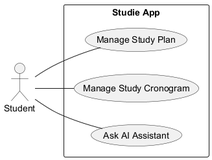
This is documentation/use_case_diagram.png from DanielBrown1998/studie_public, a PlantUML export, as it was before one commit.
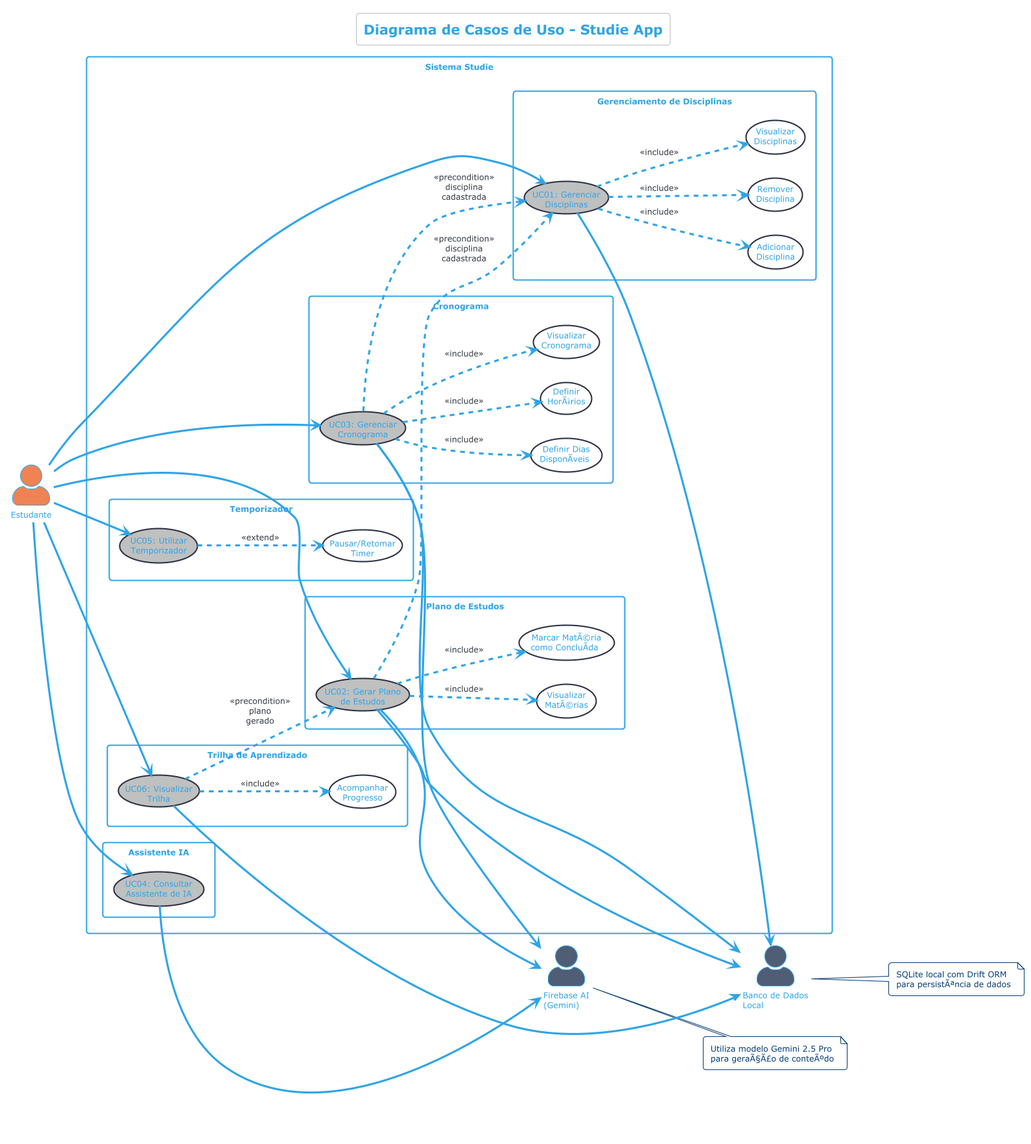
Above is the later version.

Diff of the diagram source:
```diff
@@ -1,10 +1,99 @@
-@startuml
+@startuml use_case_diagram
+!theme cerulean-outline
+
+skinparam actorStyle awesome
+skinparam packageStyle rectangle
+skinparam usecaseBackgroundColor White
+skinparam usecaseBorderColor #2D3142
+skinparam actorBackgroundColor #4F5D75
+
 left to right direction
-actor Student
 
-rectangle "Studie App" {
-  Student -- (Manage Study Plan)
-  Student -- (Manage Study Cronogram)
-  Student -- (Ask AI Assistant)
+title Diagrama de Casos de Uso - Studie App
+
+actor "Estudante" as student #EF8354
+actor "Firebase AI\n(Gemini)" as ai #4F5D75
+actor "Banco de Dados\nLocal" as db #4F5D75
+
+rectangle "Sistema Studie" {
+
+    package "Gerenciamento de Disciplinas" {
+        usecase "UC01: Gerenciar\nDisciplinas" as UC01 #BFC0C0
+        usecase "Adicionar\nDisciplina" as UC01a
+        usecase "Remover\nDisciplina" as UC01b
+        usecase "Visualizar\nDisciplinas" as UC01c
+    }
+
+    package "Plano de Estudos" {
+        usecase "UC02: Gerar Plano\nde Estudos" as UC02 #BFC0C0
+        usecase "Visualizar\nMatÃ©rias" as UC02a
+        usecase "Marcar MatÃ©ria\ncomo ConcluÃ­da" as UC02b
+    }
+
+    package "Cronograma" {
+        usecase "UC03: Gerenciar\nCronograma" as UC03 #BFC0C0
+        usecase "Definir Dias\nDisponÃ­veis" as UC03a
+        usecase "Definir\nHorÃ¡rios" as UC03b
+        usecase "Visualizar\nCronograma" as UC03c
+    }
+
+    package "Assistente IA" {
+        usecase "UC04: Consultar\nAssistente de IA" as UC04 #BFC0C0
+    }
+
+    package "Temporizador" {
+        usecase "UC05: Utilizar\nTemporizador" as UC05 #BFC0C0
+        usecase "Pausar/Retomar\nTimer" as UC05a
+    }
+
+    package "Trilha de Aprendizado" {
+        usecase "UC06: Visualizar\nTrilha" as UC06 #BFC0C0
+        usecase "Acompanhar\nProgresso" as UC06a
+    }
 }
+
+student --> UC01
+student --> UC02
+student --> UC03
+student --> UC04
+student --> UC05
+student --> UC06
+
+UC01 ..> UC01a : <<include>>
+UC01 ..> UC01b : <<include>>
+UC01 ..> UC01c : <<include>>
+
+UC02 ..> UC02a : <<include>>
+UC02 ..> UC02b : <<include>>
+
+UC03 ..> UC03a : <<include>>
+UC03 ..> UC03b : <<include>>
+UC03 ..> UC03c : <<include>>
+
+UC05 ..> UC05a : <<extend>>
+
+UC06 ..> UC06a : <<include>>
+
+UC01 --> db
+UC02 --> ai
+UC02 --> db
+UC03 --> ai
+UC03 --> db
+UC04 --> ai
+UC06 --> db
+
+UC02 ..> UC01 : <<precondition>>\ndisciplina\ncadastrada
+UC03 ..> UC01 : <<precondition>>\ndisciplina\ncadastrada
+UC06 ..> UC02 : <<precondition>>\nplano\ngerado
+
+note right of ai
+  Utiliza modelo Gemini 2.5 Pro
+  para geraÃ§Ã£o de conteÃºdo
+end note
+
+note right of db
+  SQLite local com Drift ORM
+  para persistÃªncia de dados
+end note
+
 @enduml
```
